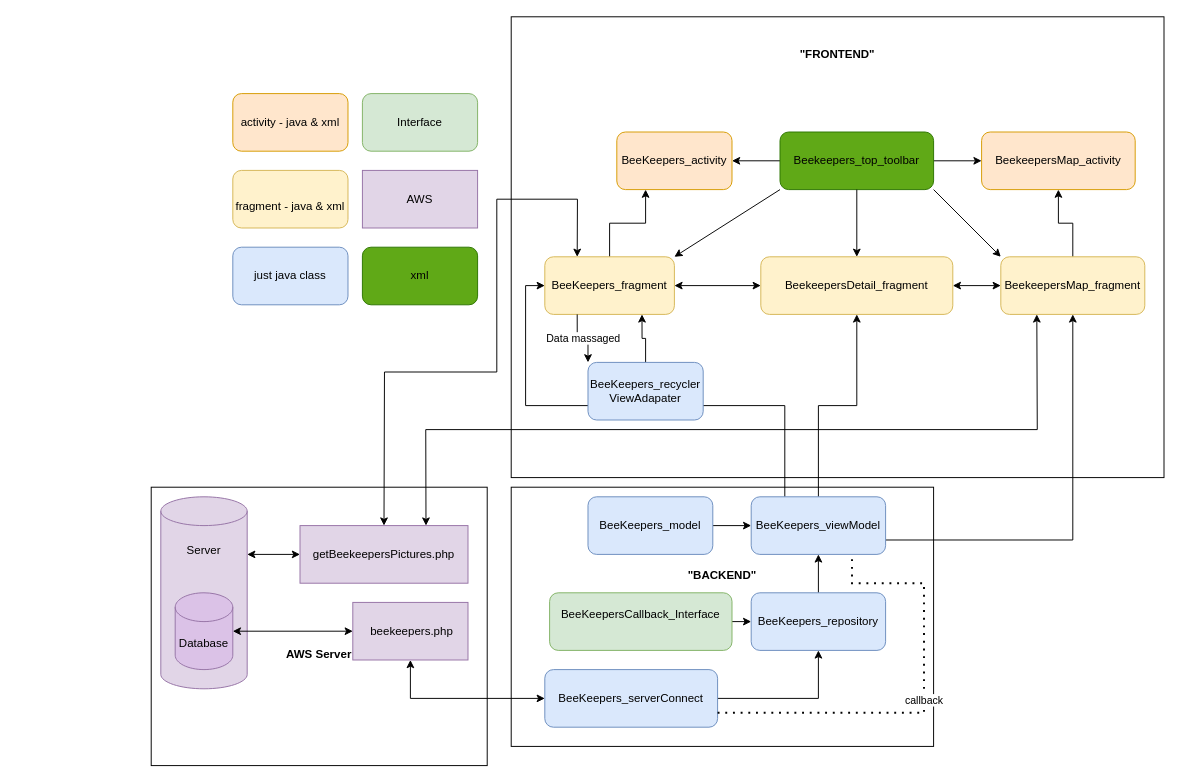
The draw.io diagram page "Beekeepers" (3 of 3) of Untitled Diagram.drawio in BenBladow/rw_android_uml, before the edit. Source tidied: cells renumbered, new cells numbered last; positions are measured from the earlier drawing's top-left corner, leaving out a move shared by most shapes. Both pictures are drawn from the tidied source at 96%, with x=0, y=0 at pixel (151, 16).
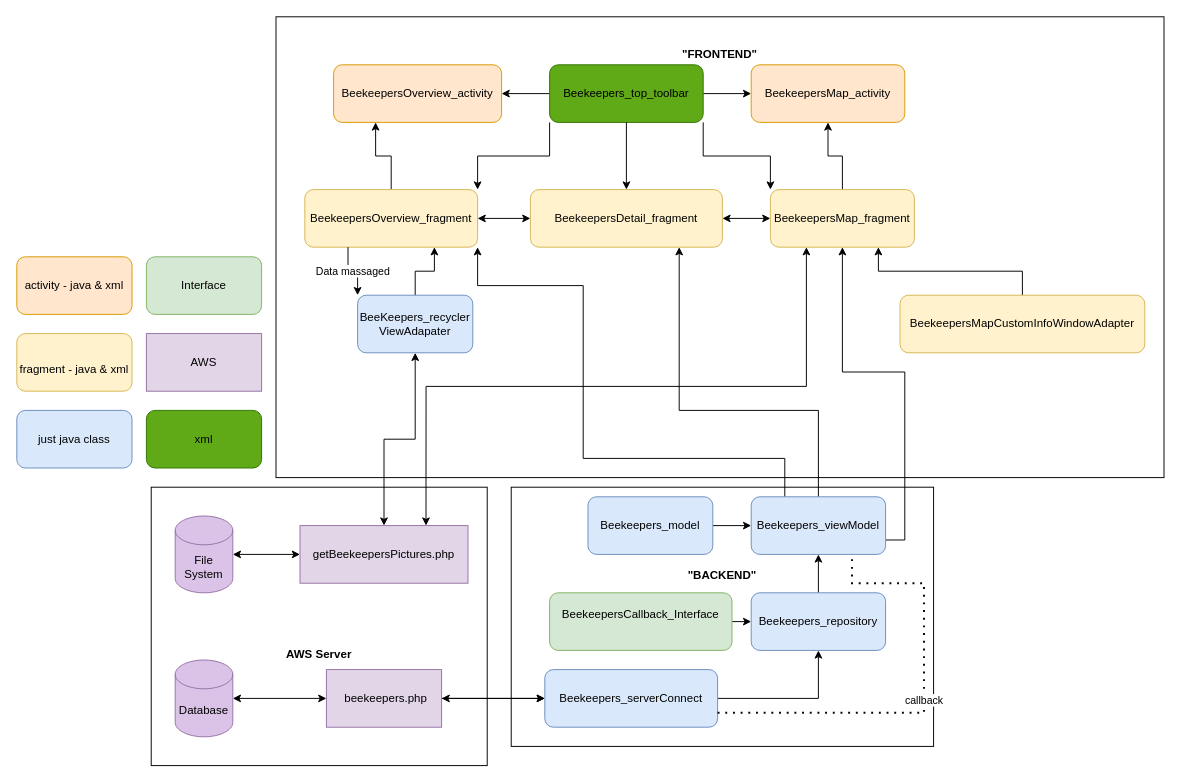
Above is the later version.

Commit message (it also covers changes not shown here):
updated signin and beekeepers

Unchanged cells that the change refers to:
```xml
<mxCell id="45" value="getBeekeepersPictures.php" style="rounded=0;whiteSpace=wrap;html=1;fillColor=#e1d5e7;strokeColor=#9673a6;" parent="1" vertex="1">
  <mxGeometry x="155" y="530" width="175" height="60" as="geometry" />
</mxCell>
```

What changed in the source:
```diff
@@
     <mxCell id="2" value="&lt;div&gt;&lt;b&gt;&quot;FRONTEND&quot;&lt;/b&gt;&lt;/div&gt;&lt;div&gt;&lt;b&gt;&lt;br&gt;&lt;/b&gt;&lt;/div&gt;&lt;div&gt;&lt;b&gt;&lt;br&gt;&lt;/b&gt;&lt;/div&gt;&lt;div&gt;&lt;b&gt;&lt;br&gt;&lt;/b&gt;&lt;/div&gt;&lt;div&gt;&lt;b&gt;&lt;br&gt;&lt;/b&gt;&lt;/div&gt;&lt;div&gt;&lt;b&gt;&lt;br&gt;&lt;/b&gt;&lt;/div&gt;&lt;div&gt;&lt;b&gt;&lt;br&gt;&lt;/b&gt;&lt;/div&gt;&lt;div&gt;&lt;b&gt;&lt;br&gt;&lt;/b&gt;&lt;/div&gt;&lt;div&gt;&lt;b&gt;&lt;br&gt;&lt;/b&gt;&lt;/div&gt;&lt;div&gt;&lt;b&gt;&lt;br&gt;&lt;/b&gt;&lt;/div&gt;&lt;div&gt;&lt;b&gt;&lt;br&gt;&lt;/b&gt;&lt;/div&gt;&lt;div&gt;&lt;b&gt;&lt;br&gt;&lt;/b&gt;&lt;/div&gt;&lt;div&gt;&lt;b&gt;&lt;br&gt;&lt;/b&gt;&lt;/div&gt;&lt;div&gt;&lt;b&gt;&lt;br&gt;&lt;/b&gt;&lt;/div&gt;&lt;div&gt;&lt;b&gt;&lt;br&gt;&lt;/b&gt;&lt;/div&gt;&lt;div&gt;&lt;b&gt;&lt;br&gt;&lt;/b&gt;&lt;/div&gt;&lt;div&gt;&lt;b&gt;&lt;br&gt;&lt;/b&gt;&lt;/div&gt;&lt;div&gt;&lt;b&gt;&lt;br&gt;&lt;/b&gt;&lt;/div&gt;&lt;div&gt;&lt;b&gt;&lt;br&gt;&lt;/b&gt;&lt;/div&gt;&lt;div&gt;&lt;b&gt;&lt;br&gt;&lt;/b&gt;&lt;/div&gt;&lt;div&gt;&lt;b&gt;&lt;br&gt;&lt;/b&gt;&lt;/div&gt;&lt;div&gt;&lt;b&gt;&lt;br&gt;&lt;/b&gt;&lt;/div&gt;&lt;div&gt;&lt;b&gt;&lt;br&gt;&lt;/b&gt;&lt;/div&gt;&lt;div&gt;&lt;b&gt;&lt;br&gt;&lt;/b&gt;&lt;/div&gt;&lt;div&gt;&lt;b&gt;&lt;br&gt;&lt;/b&gt;&lt;/div&gt;&lt;div&gt;&lt;b&gt;&lt;br&gt;&lt;/b&gt;&lt;/div&gt;&lt;div&gt;&lt;b&gt;&lt;br&gt;&lt;/b&gt;&lt;/div&gt;&lt;div&gt;&lt;b&gt;&lt;br&gt;&lt;/b&gt;&lt;/div&gt;&lt;div&gt;&lt;b&gt;&lt;br&gt;&lt;/b&gt;&lt;/div&gt;" style="rounded=0;whiteSpace=wrap;html=1;" parent="1" vertex="1">
-      <mxGeometry x="375" width="680" height="480" as="geometry" />
+      <mxGeometry x="130" width="925" height="480" as="geometry" />
     </mxCell>
@@
-    <mxCell id="6" value="&lt;div&gt;BeeKeepers_model&lt;/div&gt;" style="rounded=1;whiteSpace=wrap;html=1;fillColor=#dae8fc;strokeColor=#6c8ebf;" parent="1" vertex="1">
+    <mxCell id="6" value="&lt;div&gt;Beekeepers_model&lt;/div&gt;" style="rounded=1;whiteSpace=wrap;html=1;fillColor=#dae8fc;strokeColor=#6c8ebf;" parent="1" vertex="1">
       <mxGeometry x="455" y="500" width="130" height="60" as="geometry" />
     </mxCell>
-    <mxCell id="7" value="&lt;div&gt;BeeKeepers_activity&lt;/div&gt;" style="rounded=1;whiteSpace=wrap;html=1;fillColor=#ffe6cc;strokeColor=#d79b00;" parent="1" vertex="1">
-      <mxGeometry x="485" y="120" width="120" height="60" as="geometry" />
+    <mxCell id="7" value="&lt;div&gt;BeekeepersOverview_activity&lt;/div&gt;" style="rounded=1;whiteSpace=wrap;html=1;fillColor=#ffe6cc;strokeColor=#d79b00;" parent="1" vertex="1">
+      <mxGeometry x="190" y="50" width="175" height="60" as="geometry" />
     </mxCell>
@@
-    <mxCell id="9" value="BeeKeepers_fragment" style="rounded=1;whiteSpace=wrap;html=1;fillColor=#fff2cc;strokeColor=#d6b656;" parent="1" vertex="1">
-      <mxGeometry x="410" y="250" width="135" height="60" as="geometry" />
+    <mxCell id="9" value="BeekeepersOverview_fragment" style="rounded=1;whiteSpace=wrap;html=1;fillColor=#fff2cc;strokeColor=#d6b656;" parent="1" vertex="1">
+      <mxGeometry x="160" y="180" width="180" height="60" as="geometry" />
     </mxCell>
-    <mxCell id="10" style="edgeStyle=orthogonalEdgeStyle;rounded=0;jettySize=auto;html=1;exitX=0.25;exitY=0;exitDx=0;exitDy=0;entryX=0;entryY=0.5;entryDx=0;entryDy=0;" parent="1" edge="1" source="14" target="9">
-      <mxGeometry relative="1" as="geometry" />
+    <mxCell id="10" style="edgeStyle=orthogonalEdgeStyle;rounded=0;jettySize=auto;html=1;entryX=1;entryY=1;entryDx=0;entryDy=0;exitX=0.25;exitY=0;exitDx=0;exitDy=0;" parent="1" edge="1" source="14" target="9">
+      <mxGeometry relative="1" as="geometry">
+        <Array as="points">
+          <mxPoint x="660" y="460" />
+          <mxPoint x="450" y="460" />
+          <mxPoint x="450" y="280" />
+          <mxPoint x="340" y="280" />
+        </Array>
+      </mxGeometry>
     </mxCell>
@@
     <mxCell id="13" style="edgeStyle=orthogonalEdgeStyle;rounded=0;jettySize=auto;html=1;exitX=0.5;exitY=0;exitDx=0;exitDy=0;fontColor=#000000;" parent="1" edge="1" source="14" target="31">
-      <mxGeometry relative="1" as="geometry" />
+      <mxGeometry relative="1" as="geometry">
+        <Array as="points">
+          <mxPoint x="695" y="410" />
+          <mxPoint x="550" y="410" />
+        </Array>
+      </mxGeometry>
     </mxCell>
-    <mxCell id="14" value="&lt;div&gt;BeeKeepers_viewModel&lt;/div&gt;" style="rounded=1;whiteSpace=wrap;html=1;fillColor=#dae8fc;strokeColor=#6c8ebf;" parent="1" vertex="1">
+    <mxCell id="14" value="&lt;div&gt;Beekeepers_viewModel&lt;/div&gt;" style="rounded=1;whiteSpace=wrap;html=1;fillColor=#dae8fc;strokeColor=#6c8ebf;" parent="1" vertex="1">
       <mxGeometry x="625" y="500" width="140" height="60" as="geometry" />
     </mxCell>
@@
     <mxCell id="18" value="&lt;div&gt;BeeKeepers_recycler&lt;/div&gt;ViewAdapater" style="rounded=1;whiteSpace=wrap;html=1;fillColor=#dae8fc;strokeColor=#6c8ebf;" parent="1" vertex="1">
-      <mxGeometry x="455" y="360" width="120" height="60" as="geometry" />
+      <mxGeometry x="215" y="290" width="120" height="60" as="geometry" />
     </mxCell>
-    <mxCell id="19" value="BeeKeepers_repository" style="rounded=1;whiteSpace=wrap;html=1;fillColor=#dae8fc;strokeColor=#6c8ebf;" parent="1" vertex="1">
+    <mxCell id="19" value="Beekeepers_repository" style="rounded=1;whiteSpace=wrap;html=1;fillColor=#dae8fc;strokeColor=#6c8ebf;" parent="1" vertex="1">
       <mxGeometry x="625" y="600" width="140" height="60" as="geometry" />
     </mxCell>
-    <mxCell id="20" value="&lt;div&gt;BeeKeepers_serverConnect&lt;br&gt;&lt;/div&gt;" style="rounded=1;whiteSpace=wrap;html=1;fillColor=#dae8fc;strokeColor=#6c8ebf;" parent="1" vertex="1">
+    <mxCell id="20" value="&lt;div&gt;Beekeepers_serverConnect&lt;br&gt;&lt;/div&gt;" style="rounded=1;whiteSpace=wrap;html=1;fillColor=#dae8fc;strokeColor=#6c8ebf;" parent="1" vertex="1">
       <mxGeometry x="410" y="680" width="180" height="60" as="geometry" />
     </mxCell>
+    <mxCell id="51" style="edgeStyle=orthogonalEdgeStyle;rounded=0;jettySize=auto;html=1;" parent="1" edge="1" source="21" target="20">
+      <mxGeometry relative="1" as="geometry" />
+    </mxCell>
     <mxCell id="21" value="&amp;nbsp;beekeepers.php" style="rounded=0;whiteSpace=wrap;html=1;fillColor=#e1d5e7;strokeColor=#9673a6;" parent="1" vertex="1">
-      <mxGeometry x="210" y="610" width="120" height="60" as="geometry" />
+      <mxGeometry x="182.5" y="680" width="120" height="60" as="geometry" />
     </mxCell>
@@
-    <mxCell id="23" value="&lt;div&gt;BeeKeepersCallback_Interface&lt;/div&gt;&lt;div&gt;&lt;br&gt;&lt;/div&gt;" style="rounded=1;whiteSpace=wrap;html=1;fillColor=#d5e8d4;strokeColor=#82b366;" parent="1" vertex="1">
+    <mxCell id="23" value="&lt;div&gt;BeekeepersCallback_Interface&lt;/div&gt;&lt;div&gt;&lt;br&gt;&lt;/div&gt;" style="rounded=1;whiteSpace=wrap;html=1;fillColor=#d5e8d4;strokeColor=#82b366;" parent="1" vertex="1">
       <mxGeometry x="415" y="600" width="190" height="60" as="geometry" />
     </mxCell>
     <mxCell id="24" value="activity - java &amp;amp; xml" style="rounded=1;whiteSpace=wrap;html=1;fillColor=#ffe6cc;strokeColor=#d79b00;" parent="1" vertex="1">
-      <mxGeometry x="85" y="80" width="120" height="60" as="geometry" />
+      <mxGeometry x="-140" y="250" width="120" height="60" as="geometry" />
     </mxCell>
     <mxCell id="25" value="&lt;br&gt;fragment - java &amp;amp; xml&lt;br&gt;" style="rounded=1;whiteSpace=wrap;html=1;fillColor=#fff2cc;strokeColor=#d6b656;" parent="1" vertex="1">
-      <mxGeometry x="85" y="160" width="120" height="60" as="geometry" />
+      <mxGeometry x="-140" y="330" width="120" height="60" as="geometry" />
     </mxCell>
     <mxCell id="26" value="just java class" style="rounded=1;whiteSpace=wrap;html=1;fillColor=#dae8fc;strokeColor=#6c8ebf;" parent="1" vertex="1">
-      <mxGeometry x="85" y="240" width="120" height="60" as="geometry" />
+      <mxGeometry x="-140" y="410" width="120" height="60" as="geometry" />
     </mxCell>
     <mxCell id="27" value="Interface" style="rounded=1;whiteSpace=wrap;html=1;fillColor=#d5e8d4;strokeColor=#82b366;" parent="1" vertex="1">
-      <mxGeometry x="220" y="80" width="120" height="60" as="geometry" />
+      <mxGeometry x="-5" y="250" width="120" height="60" as="geometry" />
     </mxCell>
     <mxCell id="28" value="AWS" style="rounded=0;whiteSpace=wrap;html=1;fillColor=#e1d5e7;strokeColor=#9673a6;" parent="1" vertex="1">
-      <mxGeometry x="220" y="160" width="120" height="60" as="geometry" />
+      <mxGeometry x="-5" y="330" width="120" height="60" as="geometry" />
     </mxCell>
@@
     <mxCell id="30" value="&lt;div&gt;BeekeepersMap_activity&lt;/div&gt;" style="rounded=1;whiteSpace=wrap;html=1;fillColor=#ffe6cc;strokeColor=#d79b00;" parent="1" vertex="1">
-      <mxGeometry x="865" y="120" width="160" height="60" as="geometry" />
+      <mxGeometry x="625" y="50" width="160" height="60" as="geometry" />
     </mxCell>
     <mxCell id="31" value="BeekeepersDetail_fragment" style="rounded=1;whiteSpace=wrap;html=1;fillColor=#fff2cc;strokeColor=#d6b656;" parent="1" vertex="1">
-      <mxGeometry x="635" y="250" width="200" height="60" as="geometry" />
+      <mxGeometry x="395" y="180" width="200" height="60" as="geometry" />
     </mxCell>
@@
     <mxCell id="33" value="BeekeepersMap_fragment" style="rounded=1;whiteSpace=wrap;html=1;fillColor=#fff2cc;strokeColor=#d6b656;" parent="1" vertex="1">
-      <mxGeometry x="885" y="250" width="150" height="60" as="geometry" />
+      <mxGeometry x="645" y="180" width="150" height="60" as="geometry" />
     </mxCell>
     <mxCell id="34" value="&lt;font color=&quot;#000000&quot;&gt;xml&lt;/font&gt;" style="rounded=1;whiteSpace=wrap;html=1;fillColor=#60a917;strokeColor=#2D7600;fontColor=#ffffff;" parent="1" vertex="1">
-      <mxGeometry x="220" y="240" width="120" height="60" as="geometry" />
+      <mxGeometry x="-5" y="410" width="120" height="60" as="geometry" />
     </mxCell>
@@
     <mxCell id="37" value="&lt;font color=&quot;#000000&quot;&gt;Beekeepers_top_toolbar&lt;br&gt;&lt;/font&gt;" style="rounded=1;whiteSpace=wrap;html=1;fillColor=#60a917;strokeColor=#2D7600;fontColor=#ffffff;" parent="1" vertex="1">
-      <mxGeometry x="655" y="120" width="160" height="60" as="geometry" />
+      <mxGeometry x="415" y="50" width="160" height="60" as="geometry" />
     </mxCell>
@@
-    <mxCell id="40" style="endArrow=classic;html=1;rounded=0;fontColor=#000000;exitX=0;exitY=1;exitDx=0;exitDy=0;entryX=1;entryY=0;entryDx=0;entryDy=0;" parent="1" edge="1" source="37" target="9">
+    <mxCell id="40" style="endArrow=classic;html=1;rounded=0;fontColor=#000000;exitX=0;exitY=1;exitDx=0;exitDy=0;entryX=1;entryY=0;entryDx=0;entryDy=0;edgeStyle=orthogonalEdgeStyle;" parent="1" edge="1" source="37" target="9">
       <mxGeometry relative="1" as="geometry" />
     </mxCell>
-    <mxCell id="41" style="endArrow=classic;html=1;rounded=0;fontColor=#000000;exitX=1;exitY=1;exitDx=0;exitDy=0;entryX=0;entryY=0;entryDx=0;entryDy=0;" parent="1" edge="1" source="37" target="33">
+    <mxCell id="41" style="endArrow=classic;html=1;rounded=0;fontColor=#000000;exitX=1;exitY=1;exitDx=0;exitDy=0;entryX=0;entryY=0;entryDx=0;entryDy=0;edgeStyle=orthogonalEdgeStyle;" parent="1" edge="1" source="37" target="33">
       <mxGeometry relative="1" as="geometry" />
     </mxCell>
-    <mxCell id="42" value="&lt;div&gt;Server&lt;/div&gt;&lt;div&gt;&lt;br&gt;&lt;/div&gt;&lt;div&gt;&lt;br&gt;&lt;/div&gt;&lt;div&gt;&lt;br&gt;&lt;/div&gt;&lt;div&gt;&lt;br&gt;&lt;/div&gt;&lt;div&gt;&lt;br&gt;&lt;/div&gt;&lt;div&gt;&lt;br&gt;&lt;/div&gt;&lt;div&gt;&lt;br&gt;&lt;/div&gt;&lt;div&gt;&lt;br&gt;&lt;/div&gt;" style="shape=cylinder3;whiteSpace=wrap;html=1;boundedLbl=1;backgroundOutline=1;size=15;fillColor=#e1d5e7;strokeColor=#9673a6;" parent="1" vertex="1">
-      <mxGeometry x="10" y="500" width="90" height="200" as="geometry" />
-    </mxCell>
-    <mxCell id="43" style="endArrow=classic;html=1;rounded=0;fontColor=#000000;exitX=0.5;exitY=1;exitDx=0;exitDy=0;" parent="1" edge="1" source="37" target="31">
+    <mxCell id="43" style="endArrow=classic;html=1;rounded=0;fontColor=#000000;exitX=0.5;exitY=1;exitDx=0;exitDy=0;edgeStyle=orthogonalEdgeStyle;" parent="1" edge="1" source="37" target="31">
       <mxGeometry relative="1" as="geometry" />
     </mxCell>
     <mxCell id="44" style="endArrow=classic;startArrow=classic;html=1;rounded=0;fontColor=#000000;entryX=0;entryY=0.5;entryDx=0;entryDy=0;" parent="1" edge="1" source="21" target="20">
-      <mxGeometry relative="1" as="geometry">
-        <Array as="points">
-          <mxPoint x="270" y="710" />
-        </Array>
-      </mxGeometry>
+      <mxGeometry relative="1" as="geometry" />
     </mxCell>
@@
     <mxCell id="46" value="Database" style="shape=cylinder3;whiteSpace=wrap;html=1;boundedLbl=1;backgroundOutline=1;size=15;fillColor=#DBC2E7;strokeColor=#9673a6;" parent="1" vertex="1">
-      <mxGeometry x="25" y="600" width="60" height="80" as="geometry" />
+      <mxGeometry x="25" y="670" width="60" height="80" as="geometry" />
     </mxCell>
@@
-    <mxCell id="48" style="endArrow=classic;startArrow=classic;html=1;rounded=0;fontColor=#000000;entryX=0;entryY=0.5;entryDx=0;entryDy=0;" parent="1" edge="1" target="45">
-      <mxGeometry relative="1" as="geometry">
-        <mxPoint x="100" y="560" as="sourcePoint" />
-      </mxGeometry>
+    <mxCell id="48" style="endArrow=classic;startArrow=classic;html=1;rounded=0;fontColor=#000000;entryX=0;entryY=0.5;entryDx=0;entryDy=0;" parent="1" edge="1" source="52" target="45">
+      <mxGeometry relative="1" as="geometry" />
     </mxCell>
-    <mxCell id="49" style="endArrow=classic;startArrow=classic;html=1;rounded=0;fontColor=#000000;entryX=0.25;entryY=0;entryDx=0;entryDy=0;exitX=0.5;exitY=0;exitDx=0;exitDy=0;" parent="1" edge="1" source="45" target="9">
-      <mxGeometry relative="1" as="geometry">
-        <Array as="points">
-          <mxPoint x="243" y="370" />
-          <mxPoint x="360" y="370" />
-          <mxPoint x="360" y="190" />
-          <mxPoint x="444" y="190" />
-        </Array>
-      </mxGeometry>
-    </mxCell>
-    <mxCell id="50" style="endArrow=classic;startArrow=classic;html=1;rounded=0;fontColor=#000000;entryX=0.25;entryY=1;entryDx=0;entryDy=0;exitX=0.75;exitY=0;exitDx=0;exitDy=0;" parent="1" edge="1" source="45" target="33">
-      <mxGeometry relative="1" as="geometry">
-        <Array as="points">
-          <mxPoint x="286" y="430" />
-          <mxPoint x="923" y="430" />
-        </Array>
-      </mxGeometry>
+    <mxCell id="50" style="endArrow=classic;startArrow=classic;html=1;rounded=0;fontColor=#000000;entryX=0.25;entryY=1;entryDx=0;entryDy=0;exitX=0.75;exitY=0;exitDx=0;exitDy=0;edgeStyle=orthogonalEdgeStyle;" parent="1" edge="1" source="45" target="33">
+      <mxGeometry relative="1" as="geometry" />
     </mxCell>
+    <mxCell id="52" value="&lt;div&gt;File System&lt;/div&gt;" style="shape=cylinder3;whiteSpace=wrap;html=1;boundedLbl=1;backgroundOutline=1;size=15;fillColor=#DBC2E7;strokeColor=#9673a6;" parent="1" vertex="1">
+      <mxGeometry x="25" y="520" width="60" height="80" as="geometry" />
+    </mxCell>
+    <mxCell id="53" style="edgeStyle=orthogonalEdgeStyle;rounded=0;jettySize=auto;html=1;exitX=0.5;exitY=0;exitDx=0;exitDy=0;entryX=0.75;entryY=1;entryDx=0;entryDy=0;" parent="1" edge="1" source="54" target="33">
+      <mxGeometry relative="1" as="geometry" />
+    </mxCell>
+    <mxCell id="54" value="BeekeepersMapCustomInfoWindowAdapter" style="rounded=1;whiteSpace=wrap;html=1;fillColor=#fff2cc;strokeColor=#d6b656;" parent="1" vertex="1">
+      <mxGeometry x="780" y="290" width="255" height="60" as="geometry" />
+    </mxCell>
+    <mxCell id="55" style="endArrow=classic;startArrow=classic;html=1;rounded=0;edgeStyle=orthogonalEdgeStyle;" parent="1" edge="1" source="45" target="18">
+      <mxGeometry relative="1" as="geometry" />
+    </mxCell>
```
